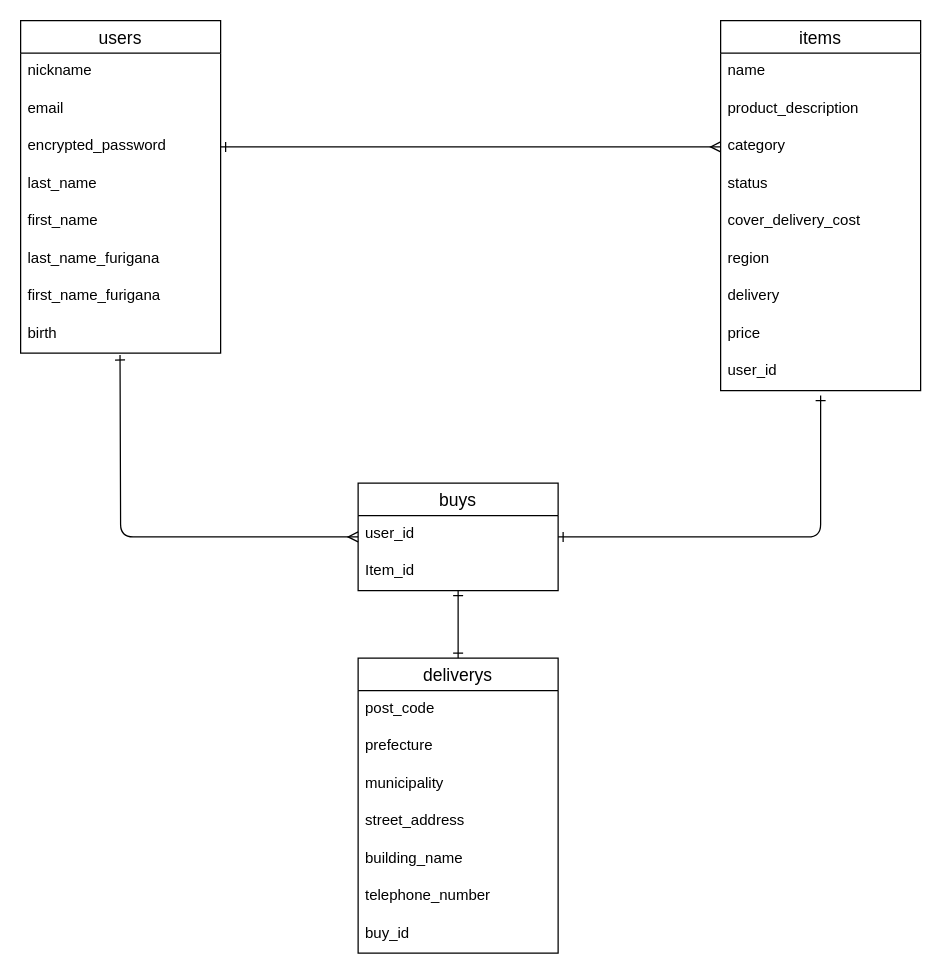
The draw.io diagram ER.dio in masaki-tec/furima-plus, before the edit. Source tidied: cells renumbered, new cells numbered last; positions are measured from the earlier drawing's top-left corner, leaving out a move shared by most shapes. Both pictures are drawn from the tidied source at 125%, with x=0, y=0 at pixel (20, 20).
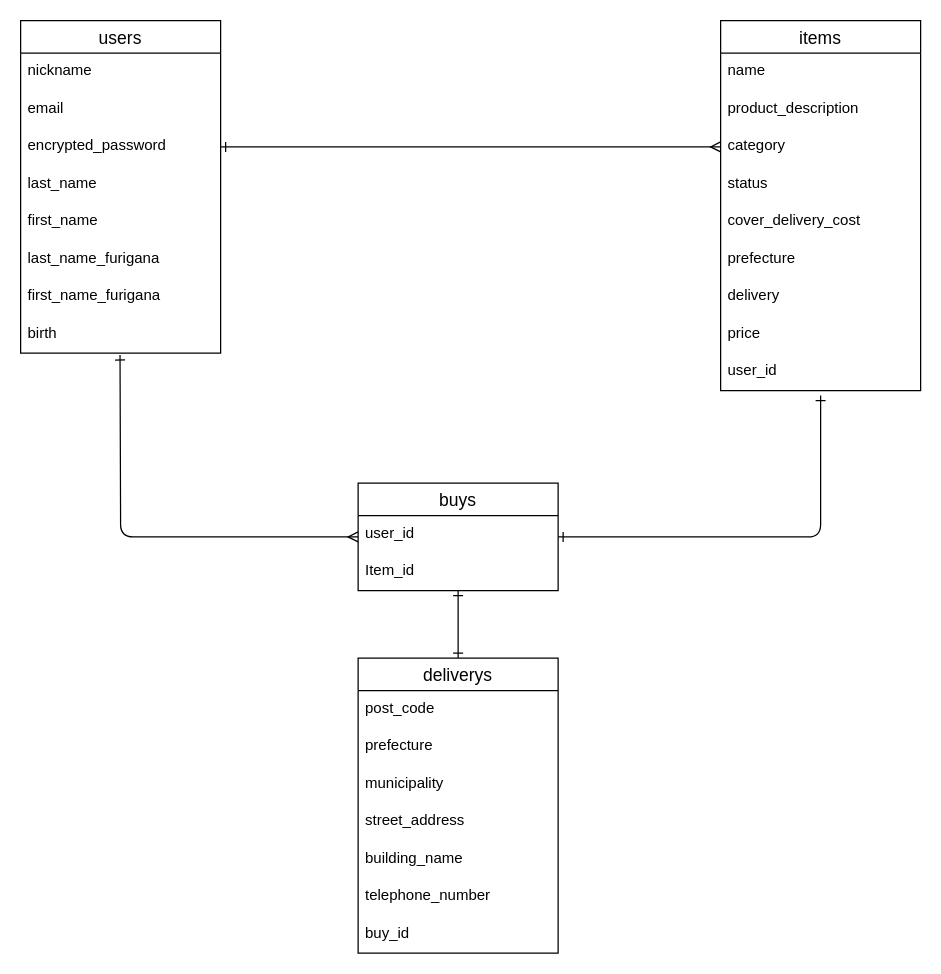
The same page after the edit.

Commit message (it also covers changes not shown here):
prefectureのカラム・ER図の修正

The change refers to these unchanged cells:
```xml
<mxCell id="11" value="items" style="swimlane;fontStyle=0;horizontal=1;startSize=26;align=center;fontSize=14;" parent="1" vertex="1">
  <mxGeometry x="560" width="160" height="296" as="geometry" />
</mxCell>
```

Diff of the diagram source:
```diff
@@
-    <mxCell id="17" value="region" style="text;strokeColor=none;fillColor=none;spacingLeft=4;spacingRight=4;overflow=hidden;fontSize=12;" parent="11" vertex="1">
+    <mxCell id="17" value="prefecture" style="text;strokeColor=none;fillColor=none;spacingLeft=4;spacingRight=4;overflow=hidden;fontSize=12;" parent="11" vertex="1">
       <mxGeometry y="176" width="160" height="30" as="geometry" />
     </mxCell>
```
